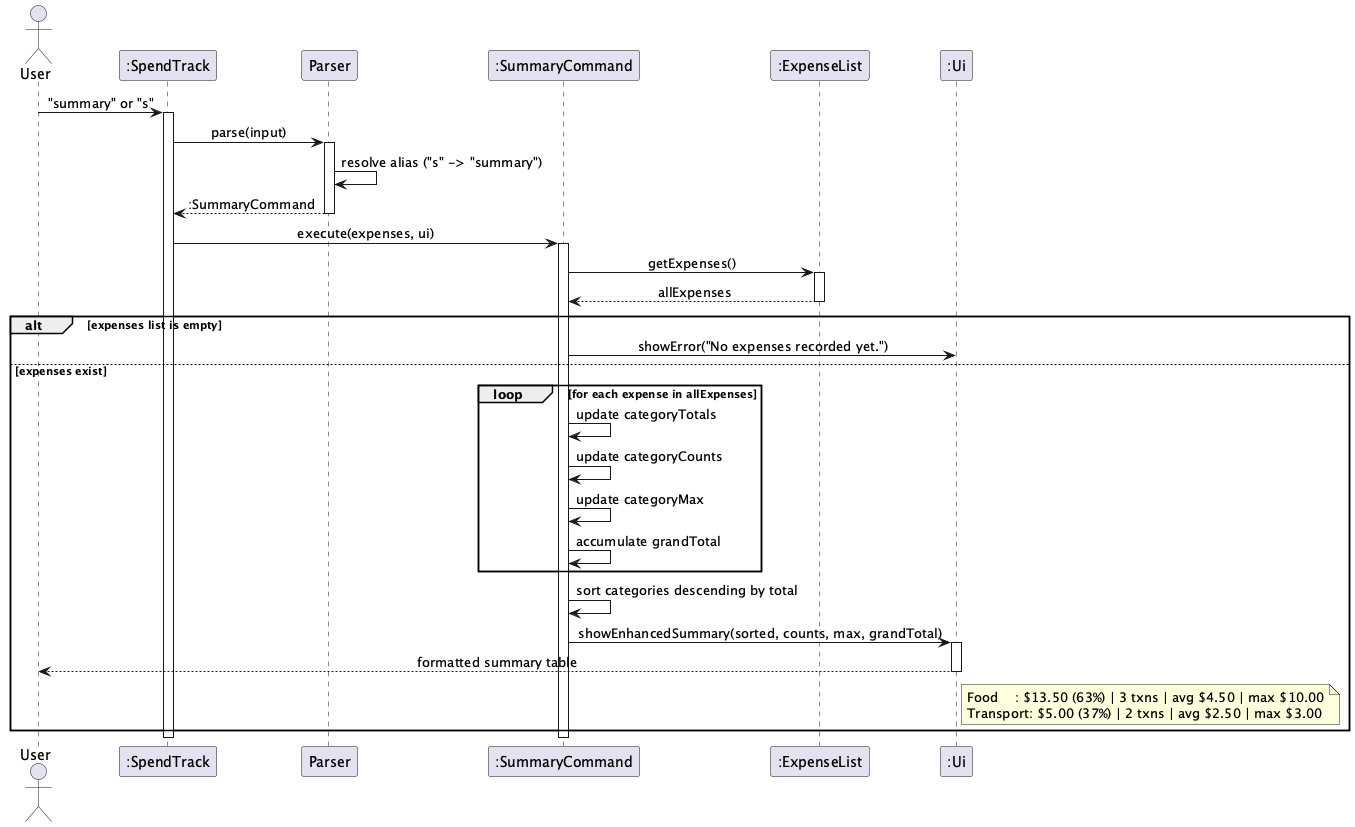
Earlier version of the PlantUML export docs/images/SummaryCommandSequence.png (AbhijitBalajee/tp).
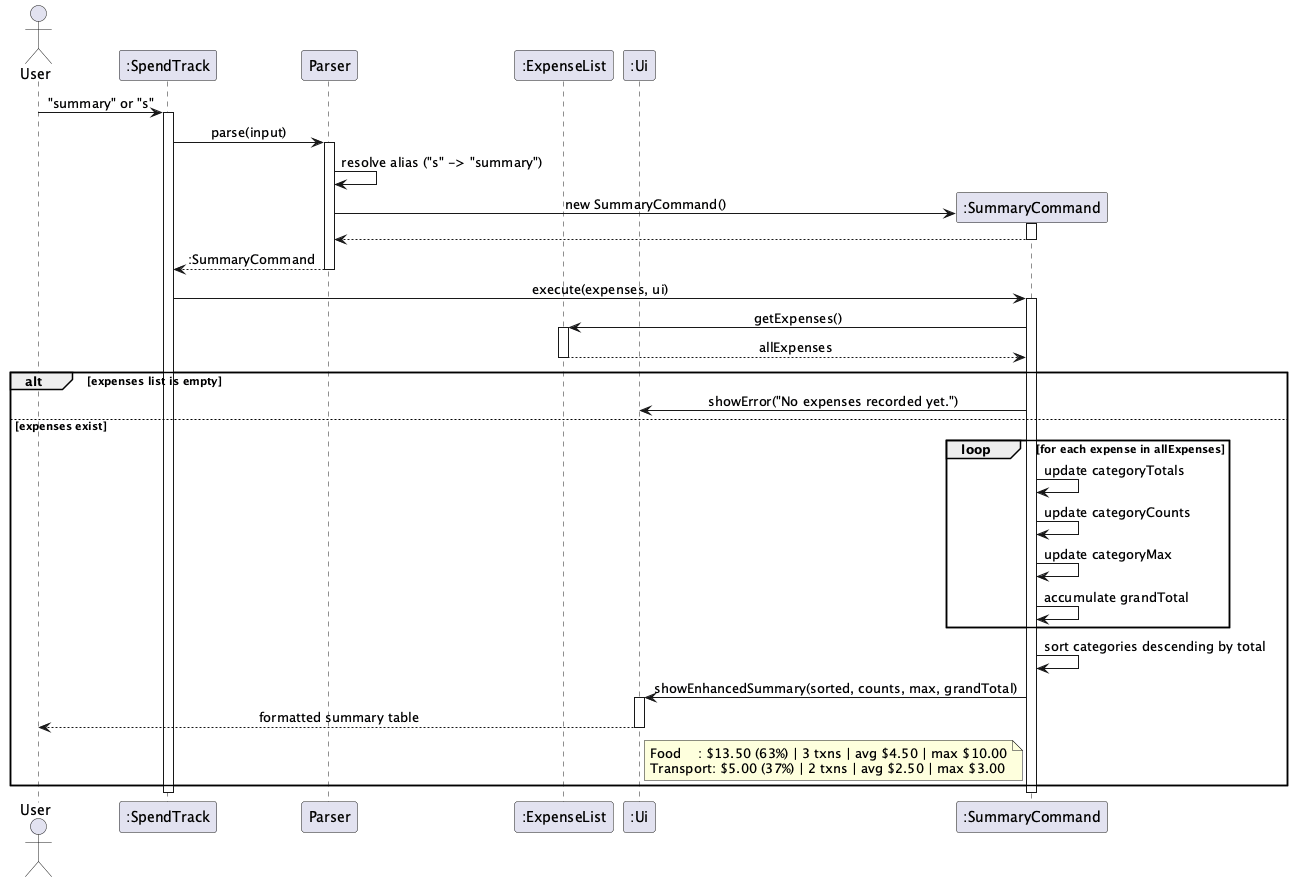
After the change.

Commit message:
fix: use create notation for command and expense objects in add and summary SDs

What changed in the source:
```diff
@@ -6,7 +6,6 @@
 actor User
 participant ":SpendTrack" as ST
 participant "Parser" as P
-participant ":SummaryCommand" as SC
 participant ":ExpenseList" as EL
 participant ":Ui" as UI
 
@@ -16,6 +15,11 @@
 ST -> P : parse(input)
 activate P
 P -> P : resolve alias ("s" -> "summary")
+create ":SummaryCommand" as SC
+P -> SC : new SummaryCommand()
+activate SC
+SC --> P
+deactivate SC
 P --> ST : :SummaryCommand
 deactivate P
 
```
